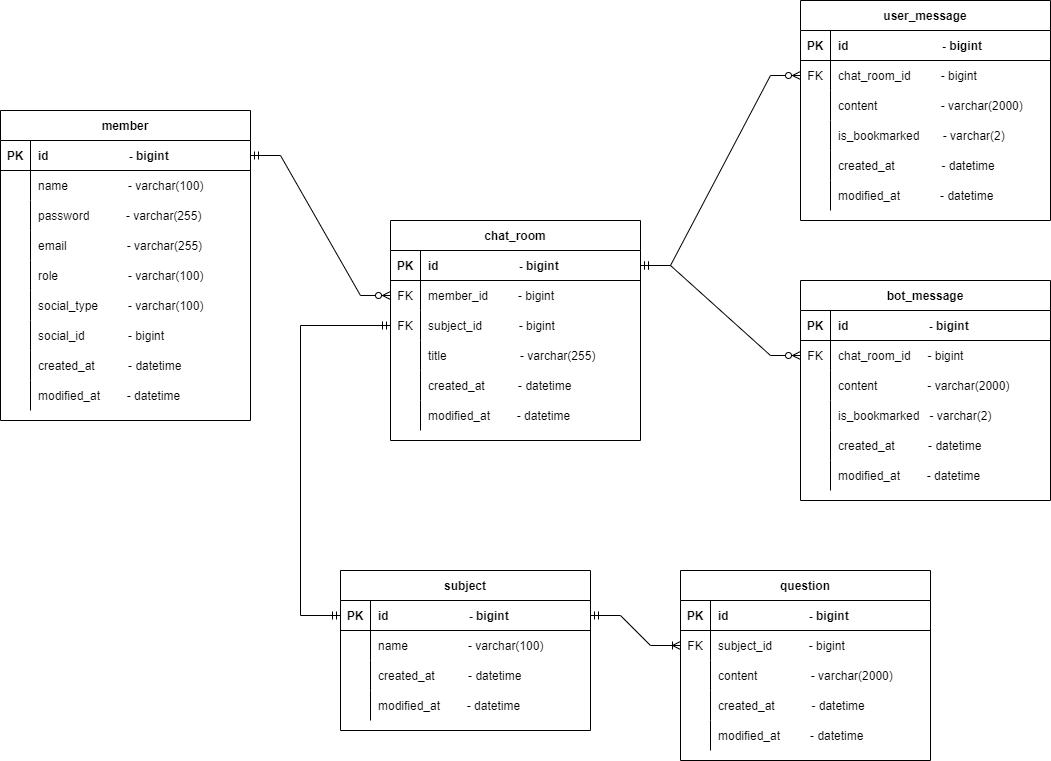
Before: document/learnable-erd.png, a diagram exported from draw.io (Learnable-capstone/Learnable-BE). Source tidied: cells renumbered, new cells last; positions are measured from the earlier drawing's top-left corner, leaving out a move shared by most shapes.
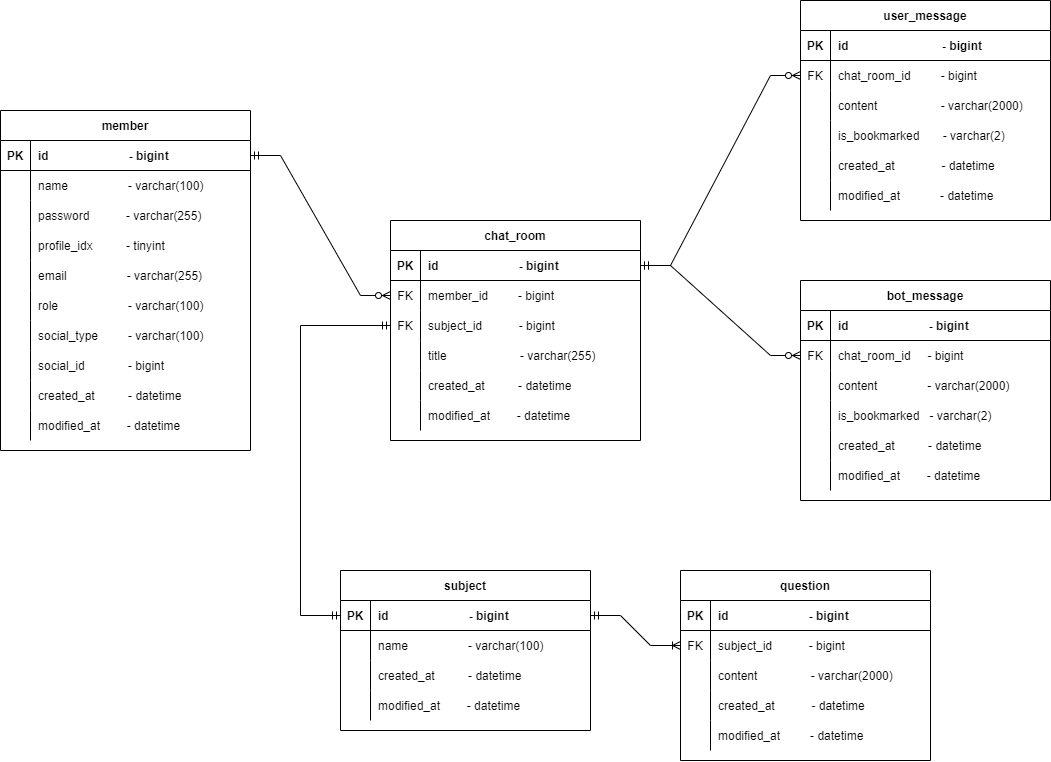
After the commit.

Commit message:
docs: [#4] member 테이블 profile 인덱스 필드 추가

Change to the diagram source:
```diff
@@ -3,7 +3,7 @@
     <mxCell id="0" />
     <mxCell id="1" parent="0" />
     <mxCell id="2" value="member" style="shape=table;startSize=30;rowLines=0;fontStyle=1;align=center;labelBackgroundColor=none;" parent="1" vertex="1">
-      <mxGeometry y="110" width="250" height="310" as="geometry" />
+      <mxGeometry y="110" width="250" height="340" as="geometry" />
     </mxCell>
     <mxCell id="3" style="shape=partialRectangle;fillColor=none;points=[[0,0.5],[1,0.5]];portConstraint=eastwest;top=0;left=0;right=0;bottom=1;labelBackgroundColor=none;" parent="2" vertex="1">
       <mxGeometry y="30" width="250" height="30" as="geometry" />
@@ -32,8 +32,17 @@
     <mxCell id="11" value="password           - varchar(255)" style="shape=partialRectangle;overflow=hidden;fillColor=none;top=0;left=0;bottom=0;right=0;align=left;spacingLeft=6;labelBackgroundColor=none;" parent="9" vertex="1">
       <mxGeometry x="30" width="220" height="30" as="geometry" />
     </mxCell>
+    <mxCell id="121" style="shape=partialRectangle;fillColor=none;top=0;left=0;right=0;bottom=0;labelBackgroundColor=none;" parent="2" vertex="1">
+      <mxGeometry y="120" width="250" height="30" as="geometry" />
+    </mxCell>
+    <mxCell id="122" style="shape=partialRectangle;overflow=hidden;fillColor=none;top=0;left=0;bottom=0;right=0;labelBackgroundColor=none;" parent="121" vertex="1">
+      <mxGeometry width="30" height="30" as="geometry" />
+    </mxCell>
+    <mxCell id="123" value="profile_idx          - tinyint" style="shape=partialRectangle;overflow=hidden;fillColor=none;top=0;left=0;bottom=0;right=0;align=left;spacingLeft=6;labelBackgroundColor=none;" parent="121" vertex="1">
+      <mxGeometry x="30" width="220" height="30" as="geometry" />
+    </mxCell>
     <mxCell id="12" style="shape=partialRectangle;fillColor=none;top=0;left=0;right=0;bottom=0;labelBackgroundColor=none;" parent="2" vertex="1">
-      <mxGeometry y="120" width="250" height="30" as="geometry" />
+      <mxGeometry y="150" width="250" height="30" as="geometry" />
     </mxCell>
     <mxCell id="13" style="shape=partialRectangle;overflow=hidden;fillColor=none;top=0;left=0;bottom=0;right=0;labelBackgroundColor=none;" parent="12" vertex="1">
       <mxGeometry width="30" height="30" as="geometry" />
@@ -42,7 +51,7 @@
       <mxGeometry x="30" width="220" height="30" as="geometry" />
     </mxCell>
     <mxCell id="15" style="shape=partialRectangle;fillColor=none;top=0;left=0;right=0;bottom=0;labelBackgroundColor=none;" parent="2" vertex="1">
-      <mxGeometry y="150" width="250" height="30" as="geometry" />
+      <mxGeometry y="180" width="250" height="30" as="geometry" />
     </mxCell>
     <mxCell id="16" style="shape=partialRectangle;overflow=hidden;fillColor=none;top=0;left=0;bottom=0;right=0;labelBackgroundColor=none;" parent="15" vertex="1">
       <mxGeometry width="30" height="30" as="geometry" />
@@ -51,7 +60,7 @@
       <mxGeometry x="30" width="220" height="30" as="geometry" />
     </mxCell>
     <mxCell id="18" style="shape=partialRectangle;fillColor=none;top=0;left=0;right=0;bottom=0;labelBackgroundColor=none;" parent="2" vertex="1">
-      <mxGeometry y="180" width="250" height="30" as="geometry" />
+      <mxGeometry y="210" width="250" height="30" as="geometry" />
     </mxCell>
     <mxCell id="19" style="shape=partialRectangle;overflow=hidden;fillColor=none;top=0;left=0;bottom=0;right=0;labelBackgroundColor=none;" parent="18" vertex="1">
       <mxGeometry width="30" height="30" as="geometry" />
@@ -60,7 +69,7 @@
       <mxGeometry x="30" width="220" height="30" as="geometry" />
     </mxCell>
     <mxCell id="21" style="shape=partialRectangle;fillColor=none;top=0;left=0;right=0;bottom=0;labelBackgroundColor=none;" parent="2" vertex="1">
-      <mxGeometry y="210" width="250" height="30" as="geometry" />
+      <mxGeometry y="240" width="250" height="30" as="geometry" />
     </mxCell>
     <mxCell id="22" style="shape=partialRectangle;overflow=hidden;fillColor=none;top=0;left=0;bottom=0;right=0;labelBackgroundColor=none;" parent="21" vertex="1">
       <mxGeometry width="30" height="30" as="geometry" />
@@ -69,7 +78,7 @@
       <mxGeometry x="30" width="220" height="30" as="geometry" />
     </mxCell>
     <mxCell id="24" style="shape=partialRectangle;fillColor=none;top=0;left=0;right=0;bottom=0;labelBackgroundColor=none;" parent="2" vertex="1">
-      <mxGeometry y="240" width="250" height="30" as="geometry" />
+      <mxGeometry y="270" width="250" height="30" as="geometry" />
     </mxCell>
     <mxCell id="25" style="shape=partialRectangle;overflow=hidden;fillColor=none;top=0;left=0;bottom=0;right=0;labelBackgroundColor=none;" parent="24" vertex="1">
       <mxGeometry width="30" height="30" as="geometry" />
@@ -78,7 +87,7 @@
       <mxGeometry x="30" width="220" height="30" as="geometry" />
     </mxCell>
     <mxCell id="27" style="shape=partialRectangle;fillColor=none;top=0;left=0;right=0;bottom=0;labelBackgroundColor=none;" parent="2" vertex="1">
-      <mxGeometry y="270" width="250" height="30" as="geometry" />
+      <mxGeometry y="300" width="250" height="30" as="geometry" />
     </mxCell>
     <mxCell id="28" style="shape=partialRectangle;overflow=hidden;fillColor=none;top=0;left=0;bottom=0;right=0;labelBackgroundColor=none;" parent="27" vertex="1">
       <mxGeometry width="30" height="30" as="geometry" />
```
